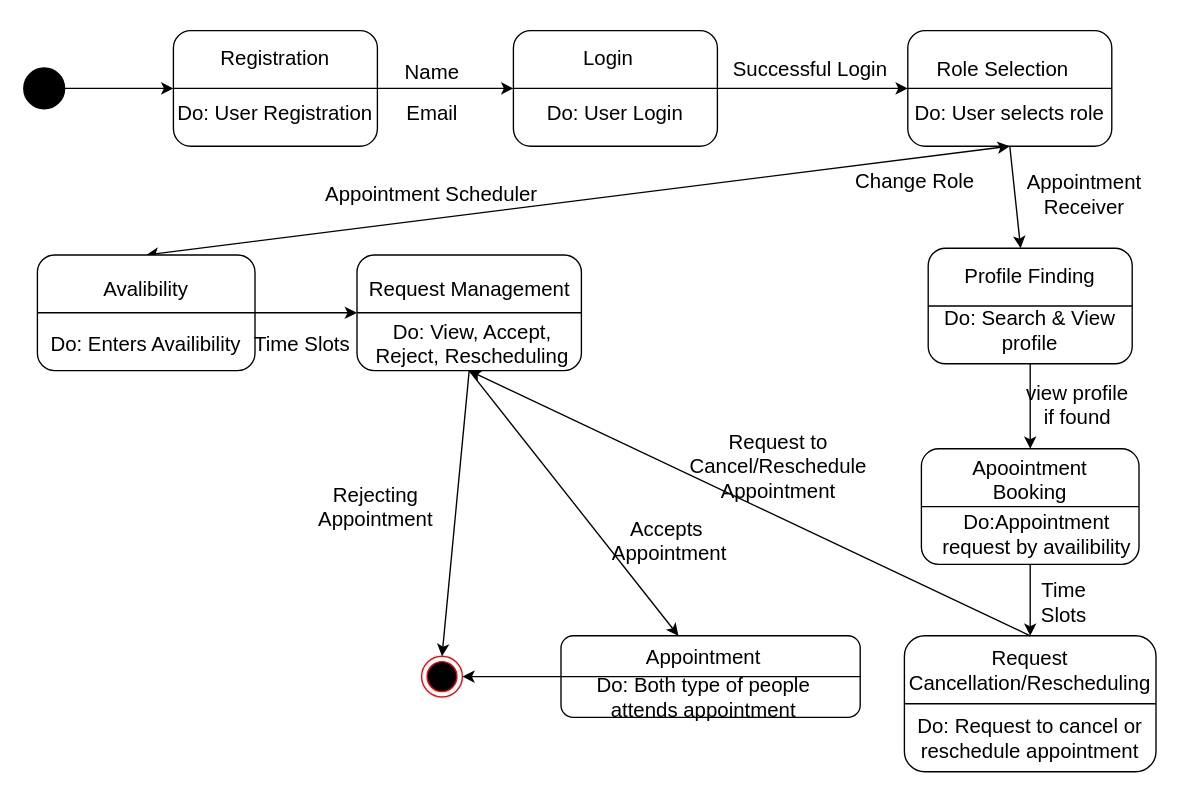
This is StateDiagram v2.2.drawio from Yash7200/CP-1, a draw.io file, before an edit. Source tidied: cells renumbered, new cells numbered last; positions are measured from the earlier drawing's top-left corner, leaving out a move shared by most shapes. Both pictures are drawn from the tidied source at 136%, with x=0, y=0 at pixel (23, 23).
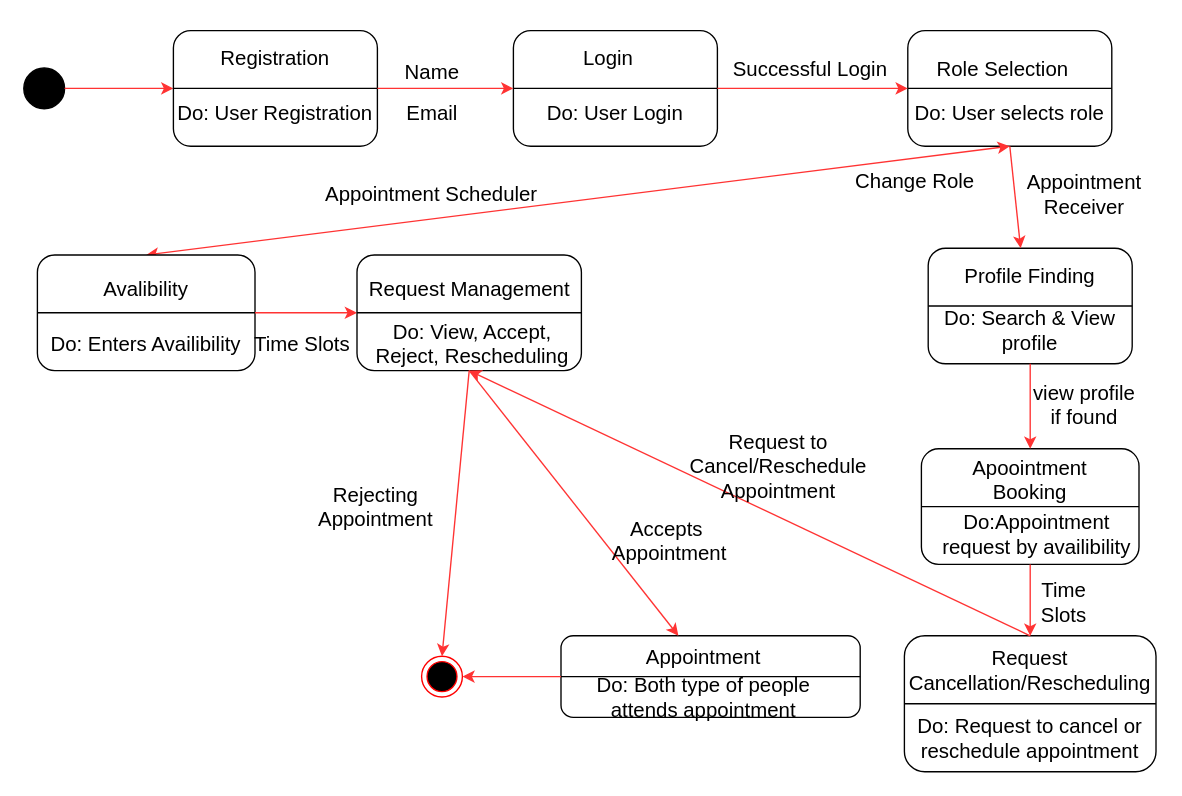
Above is the later version.

Unchanged cells that the change refers to:
```xml
<mxCell id="2" style="ellipse;whiteSpace=wrap;html=1;strokeColor=#000000;fillColor=#000000;" parent="1" vertex="1">
  <mxGeometry y="32.5" width="30" height="30" as="geometry" />
</mxCell>
<mxCell id="4" style="ellipse;html=1;shape=endState;fillColor=#000000;strokeColor=#ff0000;fontSize=12;fontColor=#000000;" parent="1" vertex="1">
  <mxGeometry x="292.5" y="465" width="30" height="30" as="geometry" />
</mxCell>
<mxCell id="5" style="rounded=1;whiteSpace=wrap;html=1;fontSize=12;fontColor=#000000;verticalAlign=top;" parent="1" vertex="1">
  <mxGeometry x="110" y="5" width="150" height="85" as="geometry" />
</mxCell>
<mxCell id="9" style="rounded=1;whiteSpace=wrap;html=1;fontSize=12;fontColor=#000000;verticalAlign=top;" parent="1" vertex="1">
  <mxGeometry x="360" y="5" width="150" height="85" as="geometry" />
</mxCell>
<mxCell id="16" style="rounded=1;whiteSpace=wrap;html=1;fontSize=12;fontColor=#000000;verticalAlign=top;" parent="1" vertex="1">
  <mxGeometry x="650" y="5" width="150" height="85" as="geometry" />
</mxCell>
<mxCell id="23" style="rounded=1;whiteSpace=wrap;html=1;fontSize=12;fontColor=#000000;verticalAlign=top;" parent="1" vertex="1">
  <mxGeometry x="10" y="170" width="160" height="85" as="geometry" />
</mxCell>
<mxCell id="30" style="rounded=1;whiteSpace=wrap;html=1;fontSize=12;fontColor=#000000;verticalAlign=top;" parent="1" vertex="1">
  <mxGeometry x="245" y="170" width="165" height="85" as="geometry" />
</mxCell>
<mxCell id="36" style="rounded=1;whiteSpace=wrap;html=1;strokeColor=default;fontSize=15;fontColor=#000000;fillColor=default;" parent="1" vertex="1">
  <mxGeometry x="665" y="165" width="150" height="85" as="geometry" />
</mxCell>
<mxCell id="40" style="rounded=1;whiteSpace=wrap;html=1;fontSize=12;fontColor=#000000;verticalAlign=top;" parent="1" vertex="1">
  <mxGeometry x="660" y="312.5" width="160" height="85" as="geometry" />
</mxCell>
<mxCell id="45" style="rounded=1;whiteSpace=wrap;html=1;strokeColor=default;fontSize=15;fontColor=#000000;fillColor=default;" parent="1" vertex="1">
  <mxGeometry x="647.5" y="450" width="185" height="100" as="geometry" />
</mxCell>
<mxCell id="54" style="rounded=1;whiteSpace=wrap;html=1;strokeColor=default;fontSize=15;fontColor=#000000;fillColor=default;" parent="1" vertex="1">
  <mxGeometry x="395" y="450" width="220" height="60" as="geometry" />
</mxCell>
```

The edit, as a diff of the source:
```diff
@@
-    <mxCell id="3" style="endArrow=classic;html=1;rounded=0;exitX=1;exitY=0.5;exitDx=0;exitDy=0;entryX=0;entryY=0.5;entryDx=0;entryDy=0;" parent="1" edge="1" source="2" target="5">
+    <mxCell id="3" style="endArrow=classic;html=1;rounded=0;exitX=1;exitY=0.5;exitDx=0;exitDy=0;entryX=0;entryY=0.5;entryDx=0;entryDy=0;strokeColor=#FF3333;" parent="1" edge="1" source="2" target="5">
       <mxGeometry relative="1" as="geometry" />
     </mxCell>
@@
-    <mxCell id="10" style="endArrow=classic;html=1;rounded=0;exitX=1;exitY=0.5;exitDx=0;exitDy=0;entryX=0;entryY=0.5;entryDx=0;entryDy=0;" parent="1" edge="1" source="5" target="9">
+    <mxCell id="10" style="endArrow=classic;html=1;rounded=0;exitX=1;exitY=0.5;exitDx=0;exitDy=0;entryX=0;entryY=0.5;entryDx=0;entryDy=0;strokeColor=#FF3333;" parent="1" edge="1" source="5" target="9">
       <mxGeometry relative="1" as="geometry" />
     </mxCell>
@@
-    <mxCell id="21" style="endArrow=classic;startArrow=classic;html=1;rounded=0;labelBorderColor=none;strokeColor=#000000;fontSize=12;fontColor=#000000;entryX=0.5;entryY=1;entryDx=0;entryDy=0;exitX=0.5;exitY=0;exitDx=0;exitDy=0;" parent="1" edge="1" source="23" target="16">
+    <mxCell id="21" style="endArrow=classic;startArrow=classic;html=1;rounded=0;labelBorderColor=none;strokeColor=#FF3333;fontSize=12;fontColor=#000000;entryX=0.5;entryY=1;entryDx=0;entryDy=0;exitX=0.5;exitY=0;exitDx=0;exitDy=0;" parent="1" edge="1" source="23" target="16">
       <mxGeometry relative="1" as="geometry" />
     </mxCell>
@@
-    <mxCell id="29" style="endArrow=classic;html=1;rounded=0;labelBorderColor=none;strokeColor=#000000;fontSize=15;fontColor=#000000;exitX=1;exitY=0.5;exitDx=0;exitDy=0;entryX=0;entryY=0.5;entryDx=0;entryDy=0;" parent="1" edge="1" source="23" target="30">
+    <mxCell id="29" style="endArrow=classic;html=1;rounded=0;labelBorderColor=none;strokeColor=#FF3333;fontSize=15;fontColor=#000000;exitX=1;exitY=0.5;exitDx=0;exitDy=0;entryX=0;entryY=0.5;entryDx=0;entryDy=0;" parent="1" edge="1" source="23" target="30">
       <mxGeometry relative="1" as="geometry" />
     </mxCell>
@@
     <mxCell id="43" value="view profile if found" style="text;html=1;strokeColor=none;fillColor=none;align=center;verticalAlign=middle;whiteSpace=wrap;rounded=0;fontSize=15;fontColor=#000000;" parent="1" vertex="1">
-      <mxGeometry x="735" y="260" width="80" height="40" as="geometry" />
+      <mxGeometry x="740" y="260" width="80" height="40" as="geometry" />
     </mxCell>
@@
-    <mxCell id="47" style="endArrow=classic;html=1;rounded=0;labelBorderColor=none;strokeColor=#000000;fontSize=15;fontColor=#000000;entryX=0.5;entryY=0;entryDx=0;entryDy=0;exitX=0.5;exitY=1;exitDx=0;exitDy=0;" parent="1" edge="1" source="40" target="45">
+    <mxCell id="47" style="endArrow=classic;html=1;rounded=0;labelBorderColor=none;strokeColor=#FF3333;fontSize=15;fontColor=#000000;entryX=0.5;entryY=0;entryDx=0;entryDy=0;exitX=0.5;exitY=1;exitDx=0;exitDy=0;" parent="1" edge="1" source="40" target="45">
       <mxGeometry relative="1" as="geometry" />
     </mxCell>
@@
-    <mxCell id="50" style="endArrow=classic;html=1;rounded=0;labelBorderColor=none;strokeColor=#000000;fontSize=15;fontColor=#000000;exitX=0.5;exitY=0;exitDx=0;exitDy=0;entryX=0.5;entryY=1;entryDx=0;entryDy=0;" parent="1" edge="1" source="45" target="30">
+    <mxCell id="50" style="endArrow=classic;html=1;rounded=0;labelBorderColor=none;strokeColor=#FF3333;fontSize=15;fontColor=#000000;exitX=0.5;exitY=0;exitDx=0;exitDy=0;entryX=0.5;entryY=1;entryDx=0;entryDy=0;" parent="1" edge="1" source="45" target="30">
       <mxGeometry relative="1" as="geometry" />
     </mxCell>
-    <mxCell id="51" style="endArrow=classic;html=1;rounded=0;labelBorderColor=none;strokeColor=#000000;fontSize=15;fontColor=#000000;exitX=0.5;exitY=1;exitDx=0;exitDy=0;entryX=0.5;entryY=0;entryDx=0;entryDy=0;" parent="1" edge="1" source="30" target="4">
+    <mxCell id="51" style="endArrow=classic;html=1;rounded=0;labelBorderColor=none;strokeColor=#FF3333;fontSize=15;fontColor=#000000;exitX=0.5;exitY=1;exitDx=0;exitDy=0;entryX=0.5;entryY=0;entryDx=0;entryDy=0;" parent="1" edge="1" source="30" target="4">
       <mxGeometry relative="1" as="geometry" />
     </mxCell>
@@
-    <mxCell id="58" style="endArrow=classic;html=1;rounded=0;labelBorderColor=none;strokeColor=#000000;fontSize=15;fontColor=#000000;exitX=0.5;exitY=1;exitDx=0;exitDy=0;" parent="1" edge="1" source="30" target="54">
+    <mxCell id="58" style="endArrow=classic;html=1;rounded=0;labelBorderColor=none;strokeColor=#FF3333;fontSize=15;fontColor=#000000;exitX=0.5;exitY=1;exitDx=0;exitDy=0;" parent="1" edge="1" source="30" target="54">
       <mxGeometry relative="1" as="geometry" />
     </mxCell>
@@
-    <mxCell id="60" style="endArrow=classic;html=1;rounded=0;exitX=0.5;exitY=1;exitDx=0;exitDy=0;entryX=0.5;entryY=0;entryDx=0;entryDy=0;" parent="1" edge="1" source="36" target="40">
+    <mxCell id="60" style="endArrow=classic;html=1;rounded=0;exitX=0.5;exitY=1;exitDx=0;exitDy=0;entryX=0.5;entryY=0;entryDx=0;entryDy=0;strokeColor=#FF3333;" parent="1" edge="1" source="36" target="40">
       <mxGeometry relative="1" as="geometry" />
     </mxCell>
-    <mxCell id="61" style="endArrow=classic;html=1;rounded=0;entryX=0;entryY=0.5;entryDx=0;entryDy=0;exitX=1;exitY=0.5;exitDx=0;exitDy=0;" parent="1" edge="1" source="9" target="16">
+    <mxCell id="61" style="endArrow=classic;html=1;rounded=0;entryX=0;entryY=0.5;entryDx=0;entryDy=0;exitX=1;exitY=0.5;exitDx=0;exitDy=0;strokeColor=#FF3333;" parent="1" edge="1" source="9" target="16">
       <mxGeometry relative="1" as="geometry" />
     </mxCell>
-    <mxCell id="62" style="endArrow=classic;html=1;rounded=0;exitX=0.5;exitY=1;exitDx=0;exitDy=0;entryX=0.453;entryY=0;entryDx=0;entryDy=0;entryPerimeter=0;" parent="1" edge="1" source="16" target="36">
+    <mxCell id="62" style="endArrow=classic;html=1;rounded=0;exitX=0.5;exitY=1;exitDx=0;exitDy=0;entryX=0.453;entryY=0;entryDx=0;entryDy=0;entryPerimeter=0;strokeColor=#FF3333;" parent="1" edge="1" source="16" target="36">
       <mxGeometry relative="1" as="geometry" />
     </mxCell>
-    <mxCell id="63" style="endArrow=classic;html=1;rounded=0;exitX=0;exitY=0.5;exitDx=0;exitDy=0;entryX=1;entryY=0.5;entryDx=0;entryDy=0;" parent="1" edge="1" source="54" target="4">
+    <mxCell id="63" style="endArrow=classic;html=1;rounded=0;exitX=0;exitY=0.5;exitDx=0;exitDy=0;entryX=1;entryY=0.5;entryDx=0;entryDy=0;strokeColor=#FF3333;" parent="1" edge="1" source="54" target="4">
       <mxGeometry relative="1" as="geometry" />
     </mxCell>
```
